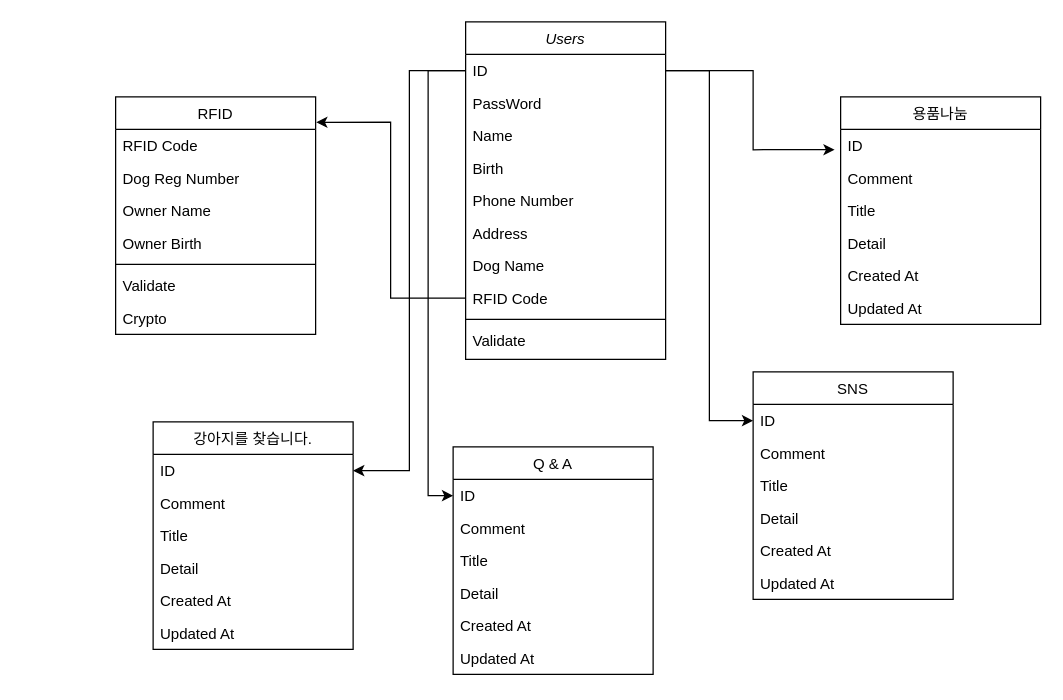
The draw.io diagram 제목 없는 다이어그램.drawio in develoHAM/kdt9_HotDog, before the edit. Source tidied: cells renumbered, new cells numbered last; positions are measured from the earlier drawing's top-left corner, leaving out a move shared by most shapes. Both pictures are drawn from the tidied source at 125%, with x=0, y=0 at pixel (115, 21).
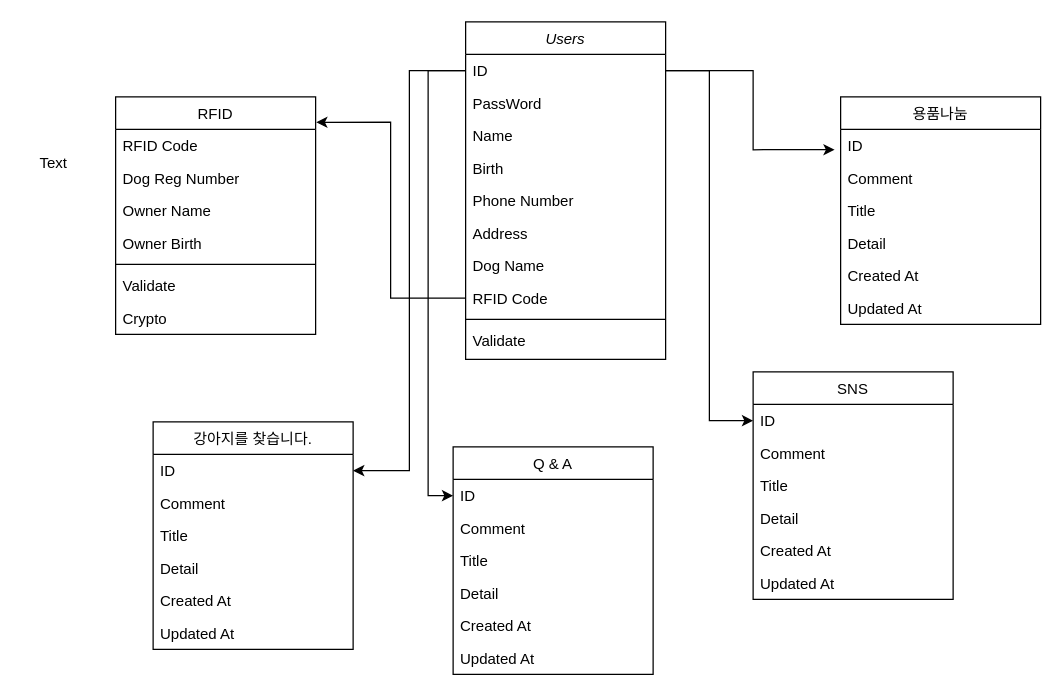
The same page after the edit.

Commit message:
제목 없는 다이어그램.drawio 업데이트

The edit, as a diff of the source:
```diff
@@
+    <mxCell id="54" value="Text" style="text;html=1;align=center;verticalAlign=middle;strokeColor=none;fillColor=none;" parent="1" vertex="1">
+      <mxGeometry x="-75" y="98" width="50" height="30" as="geometry" />
+    </mxCell>
```
